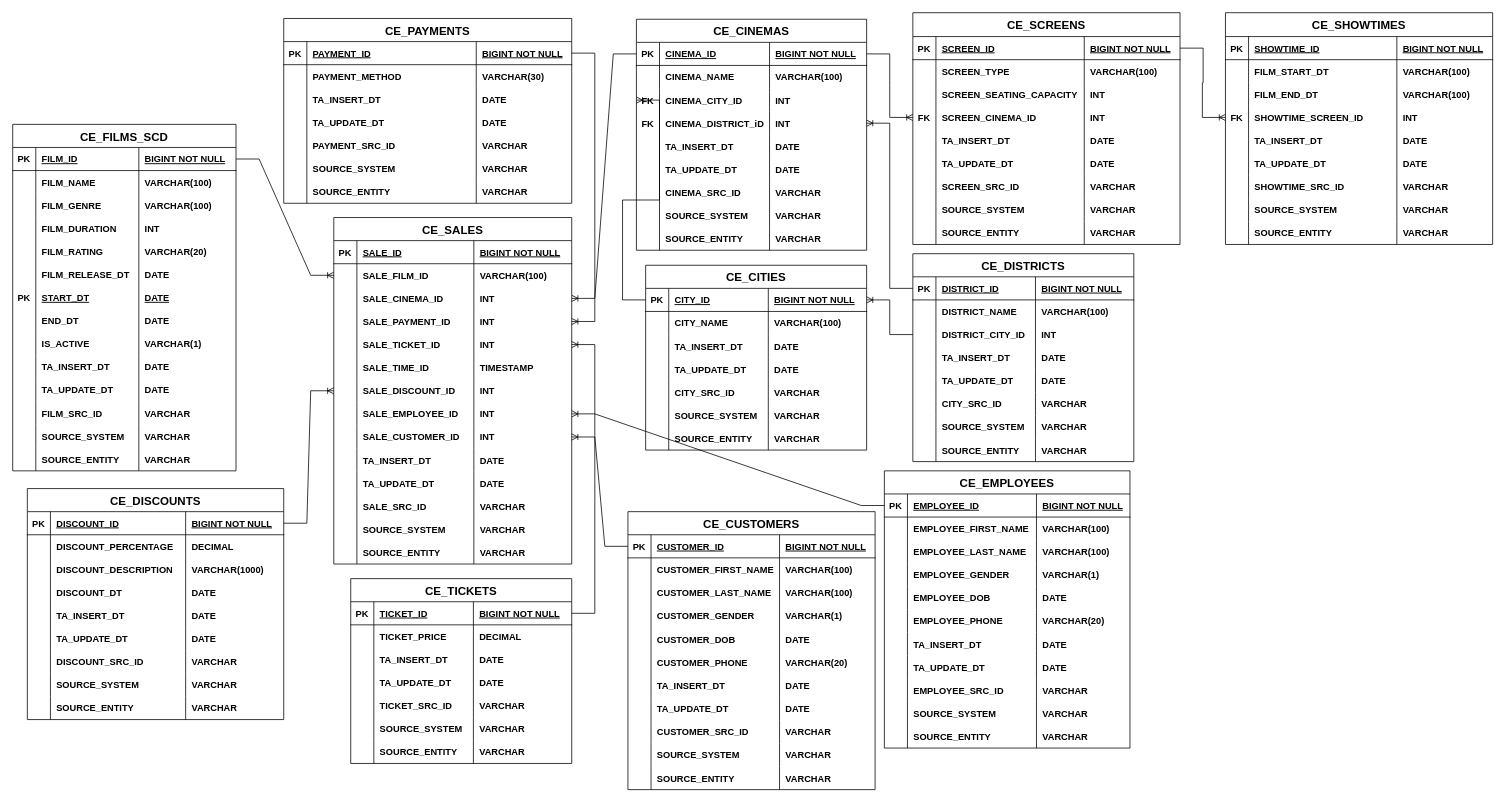
Earlier version of the draw.io diagram ticket_sales_3NF.drawio (GiorgiEz/DB-modeling). Source tidied: cells renumbered, new cells numbered last; positions are measured from the earlier drawing's top-left corner, leaving out a move shared by most shapes. Both pictures are drawn from the tidied source at 77%, with x=0, y=0 at pixel (12, 12).
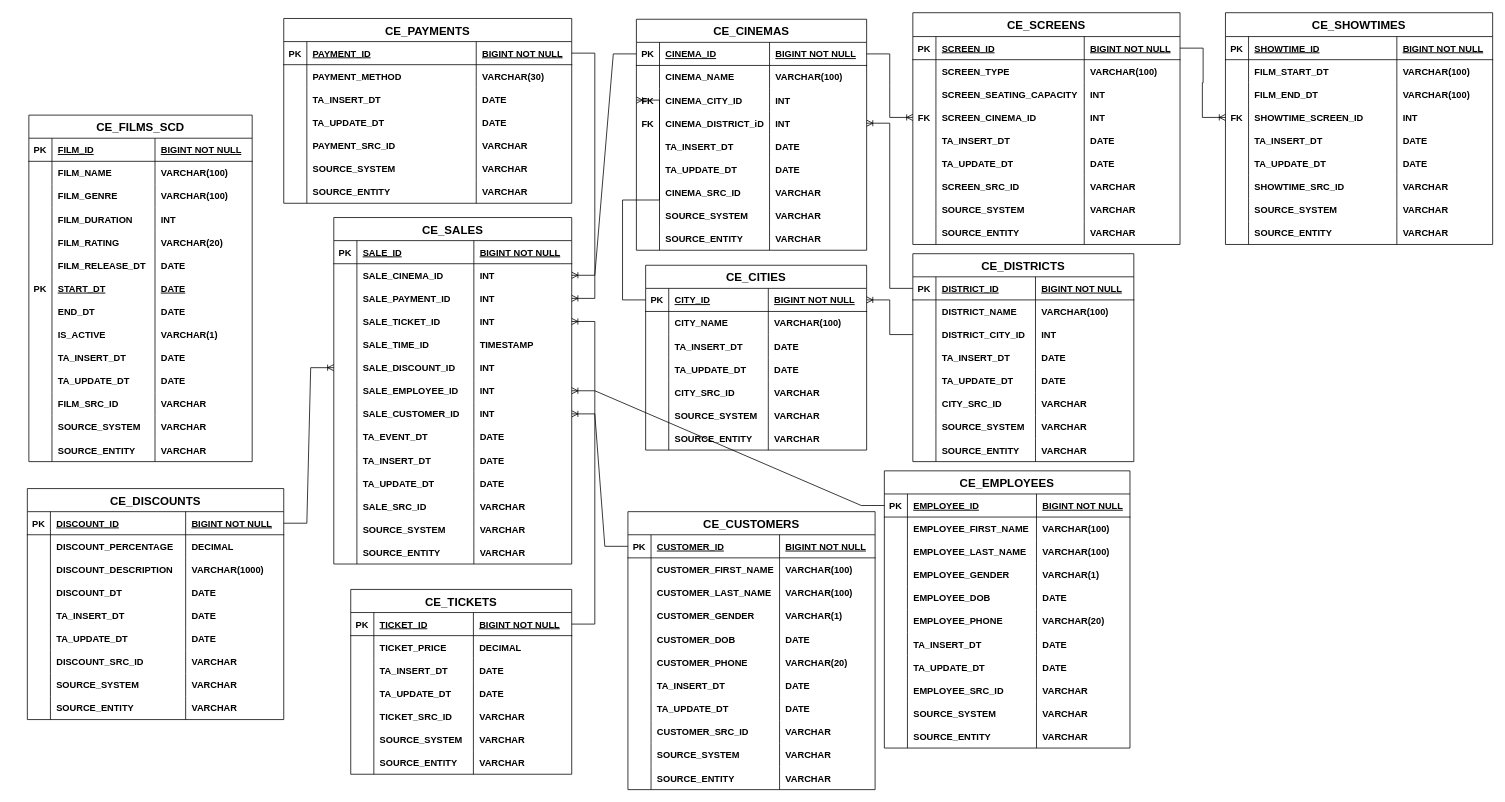
After the change.

The change refers to these unchanged cells:
```xml
<mxCell id="3" style="shape=partialRectangle;fillColor=none;points=[[0,0.5],[1,0.5]];portConstraint=eastwest;top=0;left=0;right=0;bottom=1;" parent="2" vertex="1">
  <mxGeometry y="30" width="290" height="30" as="geometry" />
</mxCell>
<mxCell id="318" value="CE_SALES" style="shape=table;startSize=30;childLayout=tableLayout;rowLines=0;fontStyle=1;align=center;fontSize=15;" parent="1" vertex="1">
  <mxGeometry x="417" y="266" width="309" height="450" as="geometry" />
</mxCell>
```

Change to the diagram source:
```diff
@@
     <mxCell id="2" value="CE_FILMS_SCD" style="shape=table;startSize=30;childLayout=tableLayout;rowLines=0;fontStyle=1;align=center;fontSize=15;" parent="1" vertex="1">
-      <mxGeometry y="145" width="290" height="450" as="geometry" />
+      <mxGeometry x="21" y="133" width="290" height="450" as="geometry" />
     </mxCell>
@@
     <mxCell id="170" value="CE_TICKETS" style="shape=table;startSize=30;childLayout=tableLayout;rowLines=0;fontStyle=1;align=center;fontSize=15;" parent="1" vertex="1">
-      <mxGeometry x="439" y="735" width="287" height="240" as="geometry" />
+      <mxGeometry x="439" y="749" width="287" height="240" as="geometry" />
     </mxCell>
@@
-    <mxCell id="323" style="shape=partialRectangle;fillColor=none;points=[[0,0.5],[1,0.5]];portConstraint=eastwest;top=0;left=0;right=0;bottom=0;" parent="318" vertex="1">
-      <mxGeometry y="60" width="309" height="30" as="geometry" />
-    </mxCell>
-    <mxCell id="324" style="shape=partialRectangle;overflow=hidden;fillColor=none;top=0;left=0;bottom=0;right=0;" parent="323" vertex="1">
-      <mxGeometry width="30" height="30" as="geometry" />
-    </mxCell>
-    <mxCell id="325" value="SALE_FILM_ID" style="shape=partialRectangle;overflow=hidden;fillColor=none;top=0;left=0;bottom=0;right=0;align=left;spacingLeft=6;fontStyle=1;" parent="323" vertex="1">
-      <mxGeometry x="30" width="151.9" height="30" as="geometry" />
-    </mxCell>
-    <mxCell id="326" value="VARCHAR(100)" style="shape=partialRectangle;overflow=hidden;fillColor=none;top=0;left=0;bottom=0;right=0;align=left;spacingLeft=6;fontStyle=1;" parent="323" vertex="1">
-      <mxGeometry x="181.9" width="127.1" height="30" as="geometry" />
-    </mxCell>
     <mxCell id="327" style="shape=partialRectangle;fillColor=none;points=[[0,0.5],[1,0.5]];portConstraint=eastwest;top=0;left=0;right=0;bottom=0;" parent="318" vertex="1">
-      <mxGeometry y="90" width="309" height="30" as="geometry" />
+      <mxGeometry y="60" width="309" height="30" as="geometry" />
     </mxCell>
@@
     <mxCell id="331" style="shape=partialRectangle;fillColor=none;points=[[0,0.5],[1,0.5]];portConstraint=eastwest;top=0;left=0;right=0;bottom=0;" parent="318" vertex="1">
-      <mxGeometry y="120" width="309" height="30" as="geometry" />
+      <mxGeometry y="90" width="309" height="30" as="geometry" />
     </mxCell>
@@
     <mxCell id="335" style="shape=partialRectangle;fillColor=none;points=[[0,0.5],[1,0.5]];portConstraint=eastwest;top=0;left=0;right=0;bottom=0;" parent="318" vertex="1">
-      <mxGeometry y="150" width="309" height="30" as="geometry" />
+      <mxGeometry y="120" width="309" height="30" as="geometry" />
     </mxCell>
@@
     <mxCell id="339" style="shape=partialRectangle;fillColor=none;top=0;left=0;right=0;bottom=0;" parent="318" vertex="1">
-      <mxGeometry y="180" width="309" height="30" as="geometry" />
+      <mxGeometry y="150" width="309" height="30" as="geometry" />
     </mxCell>
@@
     <mxCell id="343" style="shape=partialRectangle;fillColor=none;points=[[0,0.5],[1,0.5]];portConstraint=eastwest;top=0;left=0;right=0;bottom=0;" parent="318" vertex="1">
-      <mxGeometry y="210" width="309" height="30" as="geometry" />
+      <mxGeometry y="180" width="309" height="30" as="geometry" />
     </mxCell>
@@
     <mxCell id="347" style="shape=partialRectangle;fillColor=none;points=[[0,0.5],[1,0.5]];portConstraint=eastwest;top=0;left=0;right=0;bottom=0;" parent="318" vertex="1">
-      <mxGeometry y="240" width="309" height="30" as="geometry" />
+      <mxGeometry y="210" width="309" height="30" as="geometry" />
     </mxCell>
@@
     <mxCell id="351" style="shape=partialRectangle;fillColor=none;points=[[0,0.5],[1,0.5]];portConstraint=eastwest;top=0;left=0;right=0;bottom=0;" parent="318" vertex="1">
-      <mxGeometry y="270" width="309" height="30" as="geometry" />
+      <mxGeometry y="240" width="309" height="30" as="geometry" />
     </mxCell>
@@
+    <mxCell id="486" style="shape=partialRectangle;fillColor=none;top=0;left=0;right=0;bottom=0;" parent="318" vertex="1">
+      <mxGeometry y="270" width="309" height="30" as="geometry" />
+    </mxCell>
+    <mxCell id="324" style="shape=partialRectangle;overflow=hidden;fillColor=none;top=0;left=0;bottom=0;right=0;" parent="486" vertex="1">
+      <mxGeometry width="30" height="30" as="geometry" />
+    </mxCell>
+    <mxCell id="487" value="TA_EVENT_DT" style="shape=partialRectangle;overflow=hidden;fillColor=none;top=0;left=0;bottom=0;right=0;align=left;spacingLeft=6;fontStyle=1;" parent="486" vertex="1">
+      <mxGeometry x="30" width="151.9" height="30" as="geometry" />
+    </mxCell>
+    <mxCell id="488" value="DATE" style="shape=partialRectangle;overflow=hidden;fillColor=none;top=0;left=0;bottom=0;right=0;align=left;spacingLeft=6;fontStyle=1;" parent="486" vertex="1">
+      <mxGeometry x="181.9" width="127.1" height="30" as="geometry" />
+    </mxCell>
@@
-    <mxCell id="375" style="edgeStyle=entityRelationEdgeStyle;fontSize=12;html=1;endArrow=ERoneToMany;rounded=0;exitX=1;exitY=0.5;exitDx=0;exitDy=0;entryX=0;entryY=0.5;entryDx=0;entryDy=0;" parent="1" edge="1" source="3" target="323">
-      <mxGeometry relative="1" as="geometry">
-        <Array as="points">
-          <mxPoint x="218" y="442" />
-        </Array>
-      </mxGeometry>
-    </mxCell>
```
